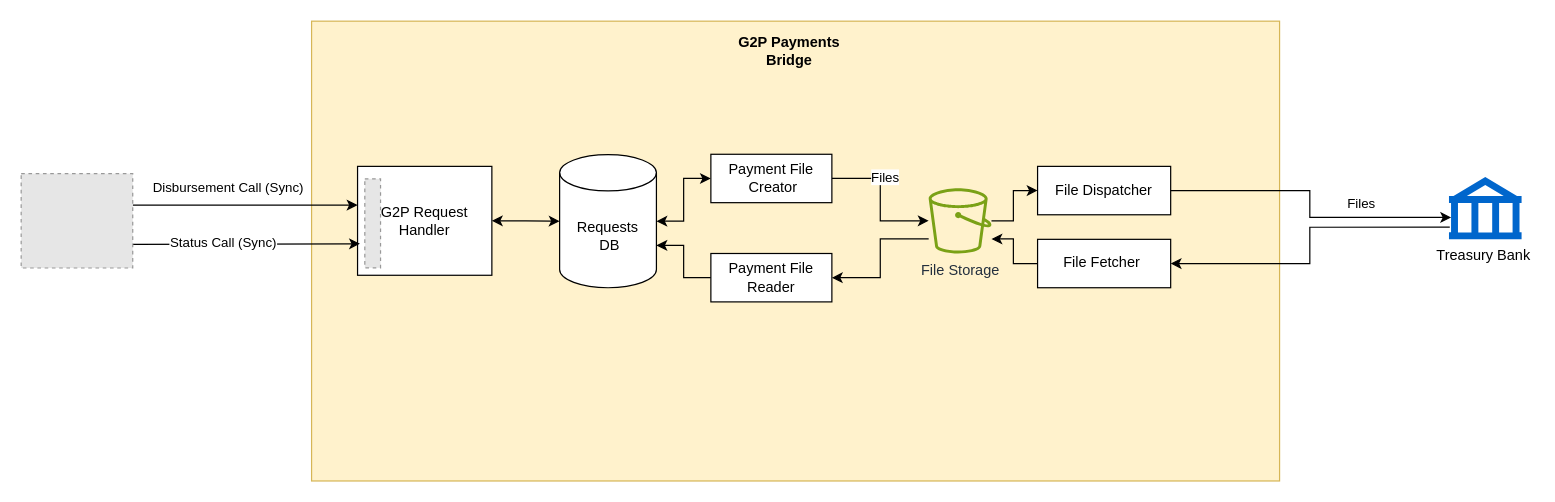
Before: .gitbook/assets/gpb-architecture.drawio in OpenG2P/openg2p-documentation, a draw.io diagram. Source tidied: cells renumbered, new cells numbered last; positions are measured from the earlier drawing's top-left corner, leaving out a move shared by most shapes. Both pictures are drawn from the tidied source at 121%, with x=0, y=0 at pixel (21, 21). Pictures stored in the file or linked from it are replaced by grey dashed boxes.
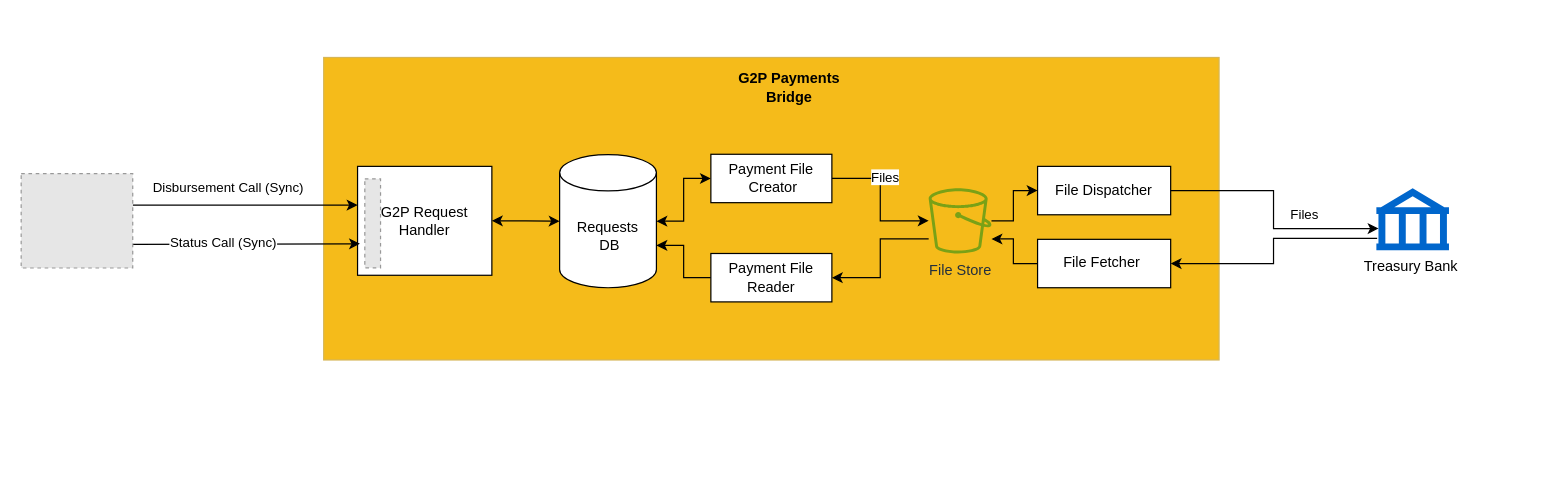
After the change.

Diff of the diagram source:
```diff
@@
-    <mxCell id="2" style="rounded=0;whiteSpace=wrap;html=1;fillColor=#fff2cc;strokeColor=#d6b656;align=left;" parent="1" vertex="1">
-      <mxGeometry x="240" width="800" height="380" as="geometry" />
+    <mxCell id="2" style="rounded=0;whiteSpace=wrap;html=1;fillColor=#F5BB1A;strokeColor=#d6b656;align=left;" parent="1" vertex="1">
+      <mxGeometry x="250" y="30" width="740" height="250" as="geometry" />
     </mxCell>
@@
-    <mxCell id="19" value="File Storage" style="sketch=0;outlineConnect=0;fontColor=#232F3E;gradientColor=none;fillColor=#7AA116;strokeColor=none;dashed=0;verticalLabelPosition=bottom;verticalAlign=top;align=center;html=1;fontSize=12;fontStyle=0;shape=mxgraph.aws4.bucket;" parent="1" vertex="1">
+    <mxCell id="19" value="File Store" style="sketch=0;outlineConnect=0;fontColor=#232F3E;gradientColor=none;fillColor=#7AA116;strokeColor=none;dashed=0;verticalLabelPosition=bottom;verticalAlign=top;align=center;html=1;fontSize=12;fontStyle=0;shape=mxgraph.aws4.bucket;" parent="1" vertex="1">
       <mxGeometry x="750" y="138" width="51.9" height="54" as="geometry" />
     </mxCell>
@@
     <mxCell id="26" value="Treasury Bank&amp;nbsp;" style="shape=mxgraph.signs.travel.bank;html=1;fillColor=#0066CC;strokeColor=none;verticalLabelPosition=bottom;verticalAlign=top;align=center;" parent="1" vertex="1">
-      <mxGeometry x="1180" y="128.8" width="60" height="51.4" as="geometry" />
+      <mxGeometry x="1120" y="138" width="60" height="51.4" as="geometry" />
     </mxCell>
@@
     <mxCell id="30" value="&lt;b&gt;G2P Payments Bridge&lt;/b&gt;" style="text;html=1;strokeColor=none;fillColor=none;align=center;verticalAlign=middle;whiteSpace=wrap;rounded=0;" parent="1" vertex="1">
-      <mxGeometry x="580" y="10" width="110" height="30" as="geometry" />
+      <mxGeometry x="580" y="40" width="110" height="30" as="geometry" />
     </mxCell>
```
